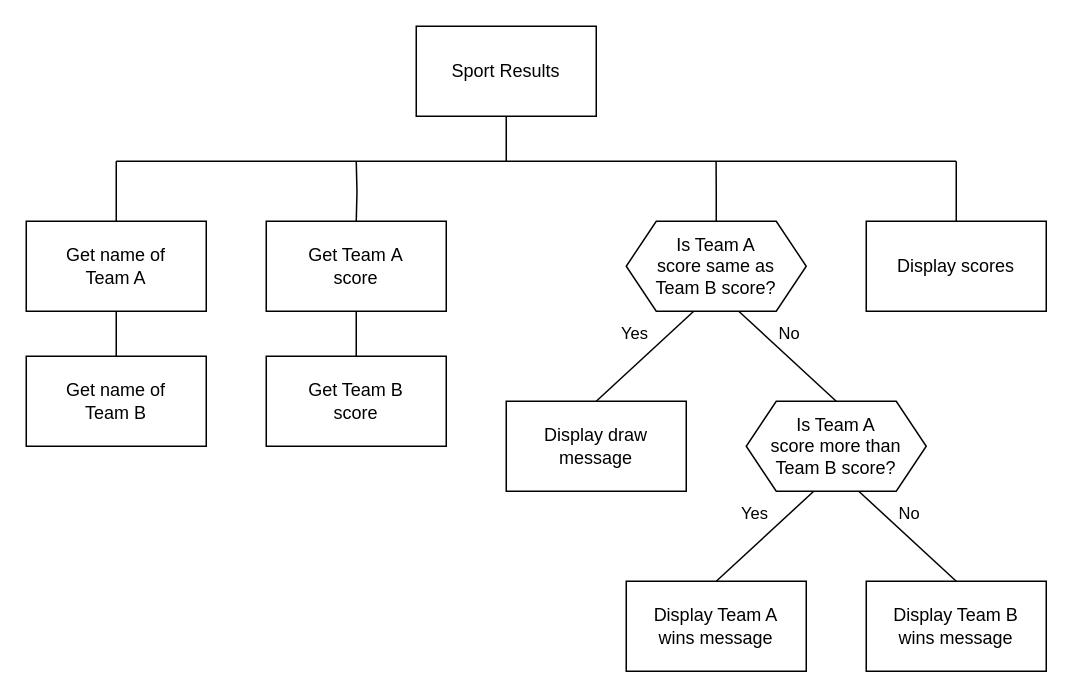
Above: n5-cs/sdd/N5-SDD-Sport-Results/assets/N5 SDD Sport Results.drawio in MrFriendCS/MrFriendCS.github.io (draw.io), before the change. Source tidied: cells renumbered, new cells numbered last; positions are measured from the earlier drawing's top-left corner, leaving out a move shared by most shapes. Both pictures are drawn from the tidied source at 150%, with x=0, y=0 at pixel (26, 26).
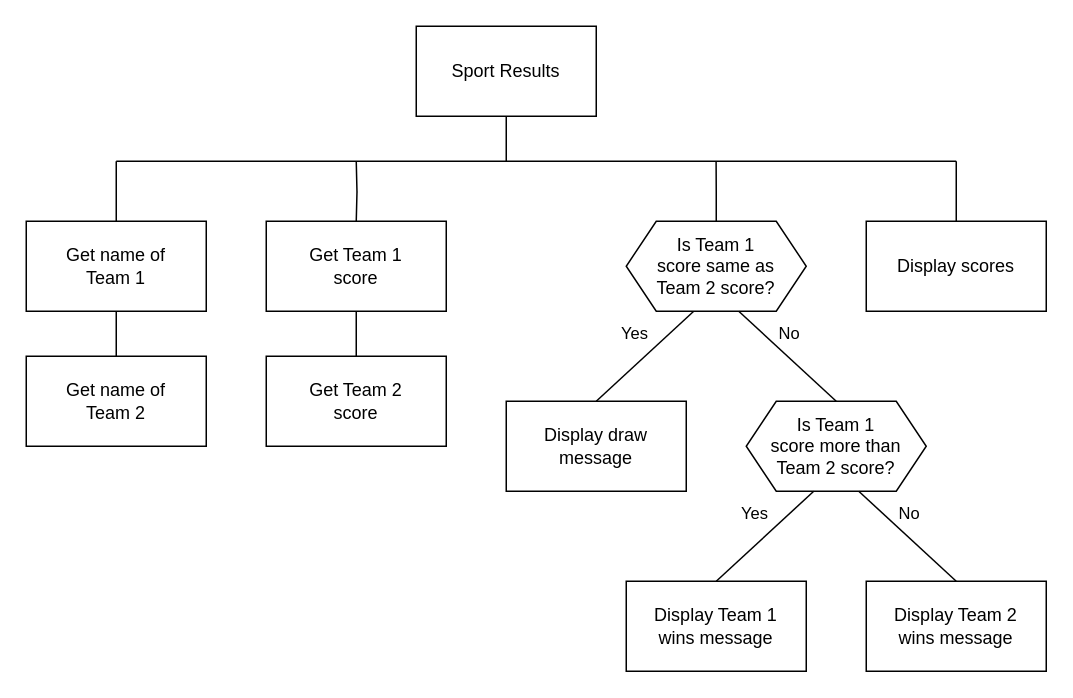
After the change.

What changed in the source:
```diff
@@
-    <mxCell id="6" value="Get name of&lt;div&gt;Team A&lt;/div&gt;" style="rounded=0;whiteSpace=wrap;html=1;" parent="1" vertex="1">
+    <mxCell id="6" value="Get name of&lt;div&gt;Team 1&lt;/div&gt;" style="rounded=0;whiteSpace=wrap;html=1;" parent="1" vertex="1">
       <mxGeometry y="130" width="120" height="60" as="geometry" />
     </mxCell>
@@
-    <mxCell id="9" value="Get name of&lt;div&gt;Team B&lt;/div&gt;" style="rounded=0;whiteSpace=wrap;html=1;" parent="1" vertex="1">
+    <mxCell id="9" value="Get name of&lt;div&gt;Team 2&lt;/div&gt;" style="rounded=0;whiteSpace=wrap;html=1;" parent="1" vertex="1">
       <mxGeometry y="220" width="120" height="60" as="geometry" />
     </mxCell>
@@
-    <mxCell id="11" value="Get Team&amp;nbsp;&lt;span style=&quot;background-color: transparent; color: light-dark(rgb(0, 0, 0), rgb(255, 255, 255));&quot;&gt;A&lt;/span&gt;&lt;div&gt;&lt;span style=&quot;background-color: transparent; color: light-dark(rgb(0, 0, 0), rgb(255, 255, 255));&quot;&gt;score&lt;/span&gt;&lt;/div&gt;" style="rounded=0;whiteSpace=wrap;html=1;" parent="1" vertex="1">
+    <mxCell id="11" value="Get Team 1&lt;div&gt;&lt;span style=&quot;background-color: transparent; color: light-dark(rgb(0, 0, 0), rgb(255, 255, 255));&quot;&gt;score&lt;/span&gt;&lt;/div&gt;" style="rounded=0;whiteSpace=wrap;html=1;" parent="1" vertex="1">
       <mxGeometry x="160" y="130" width="120" height="60" as="geometry" />
     </mxCell>
-    <mxCell id="12" value="Get Team B&lt;div&gt;&lt;div&gt;&lt;span style=&quot;background-color: transparent; color: light-dark(rgb(0, 0, 0), rgb(255, 255, 255));&quot;&gt;score&lt;/span&gt;&lt;/div&gt;&lt;/div&gt;" style="rounded=0;whiteSpace=wrap;html=1;" parent="1" vertex="1">
+    <mxCell id="12" value="Get Team 2&lt;div&gt;&lt;div&gt;&lt;span style=&quot;background-color: transparent; color: light-dark(rgb(0, 0, 0), rgb(255, 255, 255));&quot;&gt;score&lt;/span&gt;&lt;/div&gt;&lt;/div&gt;" style="rounded=0;whiteSpace=wrap;html=1;" parent="1" vertex="1">
       <mxGeometry x="160" y="220" width="120" height="60" as="geometry" />
     </mxCell>
@@
-    <mxCell id="17" value="Is Team A&lt;div&gt;score&amp;nbsp;&lt;span style=&quot;background-color: transparent; color: light-dark(rgb(0, 0, 0), rgb(255, 255, 255));&quot;&gt;same as&lt;/span&gt;&lt;/div&gt;&lt;div&gt;&lt;span style=&quot;background-color: transparent; color: light-dark(rgb(0, 0, 0), rgb(255, 255, 255));&quot;&gt;Team B&amp;nbsp;&lt;/span&gt;&lt;span style=&quot;background-color: transparent; color: light-dark(rgb(0, 0, 0), rgb(255, 255, 255));&quot;&gt;score?&lt;/span&gt;&lt;/div&gt;" style="shape=hexagon;perimeter=hexagonPerimeter2;whiteSpace=wrap;html=1;fixedSize=1;" parent="1" vertex="1">
+    <mxCell id="17" value="Is Team 1&lt;div&gt;score&amp;nbsp;&lt;span style=&quot;background-color: transparent; color: light-dark(rgb(0, 0, 0), rgb(255, 255, 255));&quot;&gt;same as&lt;/span&gt;&lt;/div&gt;&lt;div&gt;&lt;span style=&quot;background-color: transparent; color: light-dark(rgb(0, 0, 0), rgb(255, 255, 255));&quot;&gt;Team 2&amp;nbsp;&lt;/span&gt;&lt;span style=&quot;background-color: transparent; color: light-dark(rgb(0, 0, 0), rgb(255, 255, 255));&quot;&gt;score?&lt;/span&gt;&lt;/div&gt;" style="shape=hexagon;perimeter=hexagonPerimeter2;whiteSpace=wrap;html=1;fixedSize=1;" parent="1" vertex="1">
       <mxGeometry x="400" y="130" width="120" height="60" as="geometry" />
     </mxCell>
@@
-    <mxCell id="19" value="Is Team A&lt;div&gt;score more than&lt;/div&gt;&lt;div&gt;&lt;span style=&quot;background-color: transparent; color: light-dark(rgb(0, 0, 0), rgb(255, 255, 255));&quot;&gt;Team B&amp;nbsp;&lt;/span&gt;&lt;span style=&quot;background-color: transparent; color: light-dark(rgb(0, 0, 0), rgb(255, 255, 255));&quot;&gt;score?&lt;/span&gt;&lt;/div&gt;" style="shape=hexagon;perimeter=hexagonPerimeter2;whiteSpace=wrap;html=1;fixedSize=1;" parent="1" vertex="1">
+    <mxCell id="19" value="Is Team 1&lt;div&gt;score more than&lt;/div&gt;&lt;div&gt;&lt;span style=&quot;background-color: transparent; color: light-dark(rgb(0, 0, 0), rgb(255, 255, 255));&quot;&gt;Team 2&amp;nbsp;&lt;/span&gt;&lt;span style=&quot;background-color: transparent; color: light-dark(rgb(0, 0, 0), rgb(255, 255, 255));&quot;&gt;score?&lt;/span&gt;&lt;/div&gt;" style="shape=hexagon;perimeter=hexagonPerimeter2;whiteSpace=wrap;html=1;fixedSize=1;" parent="1" vertex="1">
       <mxGeometry x="480" y="250" width="120" height="60" as="geometry" />
     </mxCell>
@@
-    <mxCell id="22" value="Display Team A&lt;div&gt;wins message&lt;/div&gt;" style="rounded=0;whiteSpace=wrap;html=1;" parent="1" vertex="1">
+    <mxCell id="22" value="Display Team 1&lt;div&gt;wins message&lt;/div&gt;" style="rounded=0;whiteSpace=wrap;html=1;" parent="1" vertex="1">
       <mxGeometry x="400" y="370" width="120" height="60" as="geometry" />
     </mxCell>
@@
-    <mxCell id="26" value="Display Team B&lt;div&gt;wins message&lt;/div&gt;" style="rounded=0;whiteSpace=wrap;html=1;" parent="1" vertex="1">
+    <mxCell id="26" value="Display Team 2&lt;div&gt;wins message&lt;/div&gt;" style="rounded=0;whiteSpace=wrap;html=1;" parent="1" vertex="1">
       <mxGeometry x="560" y="370" width="120" height="60" as="geometry" />
     </mxCell>
```
